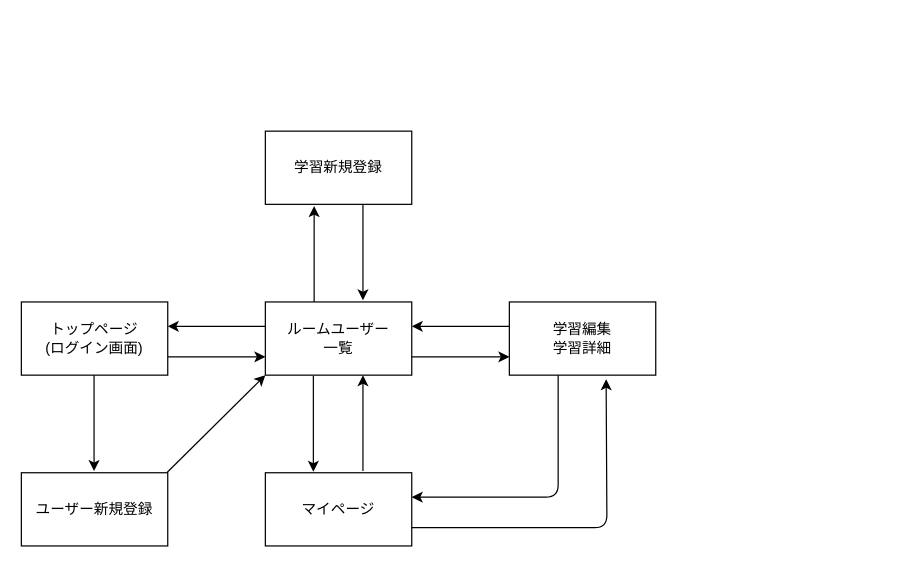
Before: 画面遷移図.dio in Kota-A-179/study_room, a draw.io diagram. Source tidied: cells renumbered, new cells numbered last; positions are measured from the earlier drawing's top-left corner, leaving out a move shared by most shapes. Both pictures are drawn from the tidied source at 122%, with x=0, y=0 at pixel (21, 131).
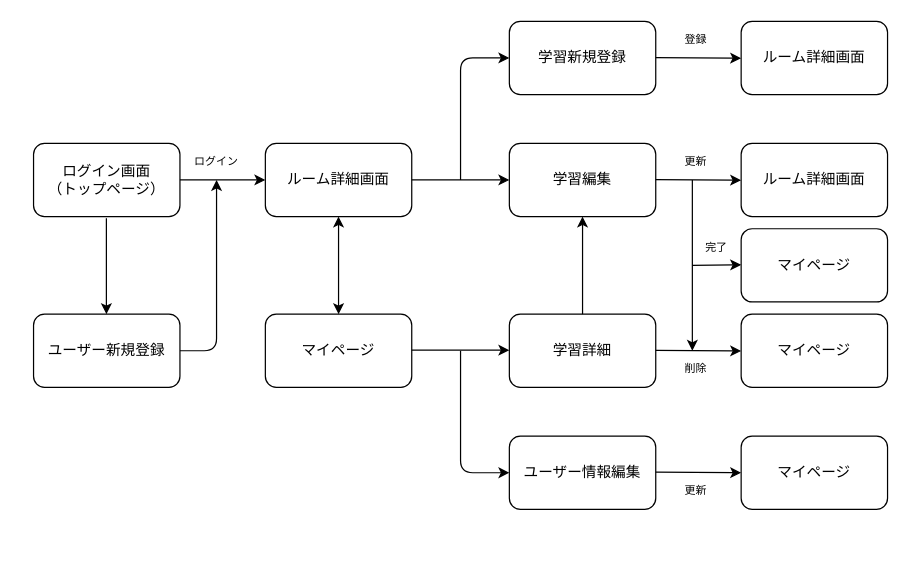
After the change.

Commit message:
画面遷移図の修正

What changed in the source:
```diff
@@
-    <mxCell id="2" value="トップページ&lt;br&gt;(ログイン画面)" style="rounded=0;whiteSpace=wrap;html=1;" parent="1" vertex="1">
-      <mxGeometry y="140" width="120" height="60" as="geometry" />
+    <mxCell id="2" value="ログイン画面&lt;br&gt;（トップページ）" style="rounded=1;whiteSpace=wrap;html=1;" parent="1" vertex="1">
+      <mxGeometry x="10" y="10" width="120" height="60" as="geometry" />
     </mxCell>
-    <mxCell id="3" value="ルームユーザー&lt;br&gt;一覧" style="rounded=0;whiteSpace=wrap;html=1;" parent="1" vertex="1">
-      <mxGeometry x="200" y="140" width="120" height="60" as="geometry" />
+    <mxCell id="3" value="ルーム詳細画面" style="rounded=1;whiteSpace=wrap;html=1;" parent="1" vertex="1">
+      <mxGeometry x="200" y="10" width="120" height="60" as="geometry" />
     </mxCell>
-    <mxCell id="4" value="学習新規登録" style="rounded=0;whiteSpace=wrap;html=1;" parent="1" vertex="1">
-      <mxGeometry x="200" width="120" height="60" as="geometry" />
+    <mxCell id="4" value="学習新規登録" style="rounded=1;whiteSpace=wrap;html=1;" parent="1" vertex="1">
+      <mxGeometry x="400" y="-90" width="120" height="60" as="geometry" />
     </mxCell>
-    <mxCell id="5" value="学習編集&lt;br&gt;学習詳細" style="rounded=0;whiteSpace=wrap;html=1;" parent="1" vertex="1">
-      <mxGeometry x="400" y="140" width="120" height="60" as="geometry" />
+    <mxCell id="5" value="学習編集" style="rounded=1;whiteSpace=wrap;html=1;" parent="1" vertex="1">
+      <mxGeometry x="400" y="10" width="120" height="60" as="geometry" />
     </mxCell>
-    <mxCell id="6" value="マイページ" style="rounded=0;whiteSpace=wrap;html=1;" parent="1" vertex="1">
-      <mxGeometry x="200" y="280" width="120" height="60" as="geometry" />
+    <mxCell id="6" value="マイページ" style="rounded=1;whiteSpace=wrap;html=1;" parent="1" vertex="1">
+      <mxGeometry x="200" y="150" width="120" height="60" as="geometry" />
     </mxCell>
-    <mxCell id="7" style="endArrow=classic;html=1;strokeWidth=1;" parent="1" edge="1">
+    <mxCell id="7" style="endArrow=classic;html=1;strokeWidth=1;exitX=1;exitY=0.5;exitDx=0;exitDy=0;" parent="1" edge="1" source="17">
       <mxGeometry relative="1" as="geometry">
-        <mxPoint x="120" y="185" as="sourcePoint" />
-        <mxPoint x="200" y="185" as="targetPoint" />
+        <mxPoint x="160" y="40" as="targetPoint" />
+        <Array as="points">
+          <mxPoint x="160" y="180" />
+        </Array>
       </mxGeometry>
     </mxCell>
-    <mxCell id="8" style="endArrow=classic;html=1;strokeWidth=1;" parent="1" edge="1">
-      <mxGeometry relative="1" as="geometry">
-        <mxPoint x="320" y="185" as="sourcePoint" />
-        <mxPoint x="400" y="185" as="targetPoint" />
-      </mxGeometry>
-    </mxCell>
-    <mxCell id="9" style="endArrow=classic;html=1;strokeWidth=1;" parent="1" edge="1">
-      <mxGeometry relative="1" as="geometry">
-        <mxPoint x="200" y="160" as="sourcePoint" />
-        <mxPoint x="120" y="160" as="targetPoint" />
-      </mxGeometry>
-    </mxCell>
-    <mxCell id="10" style="endArrow=classic;html=1;strokeWidth=1;" parent="1" edge="1">
-      <mxGeometry relative="1" as="geometry">
-        <mxPoint x="400" y="160" as="sourcePoint" />
-        <mxPoint x="320" y="160" as="targetPoint" />
-      </mxGeometry>
-    </mxCell>
-    <mxCell id="11" style="endArrow=classic;html=1;strokeWidth=1;entryX=0.328;entryY=-0.013;entryDx=0;entryDy=0;entryPerimeter=0;exitX=0.328;exitY=1.01;exitDx=0;exitDy=0;exitPerimeter=0;" parent="1" edge="1" source="3" target="6">
-      <mxGeometry relative="1" as="geometry" />
-    </mxCell>
-    <mxCell id="12" style="endArrow=classic;html=1;strokeWidth=1;entryX=0.328;entryY=-0.013;entryDx=0;entryDy=0;entryPerimeter=0;exitX=0.328;exitY=1.01;exitDx=0;exitDy=0;exitPerimeter=0;" parent="1" edge="1">
-      <mxGeometry relative="1" as="geometry">
-        <mxPoint x="280" y="60" as="sourcePoint" />
-        <mxPoint x="280" y="138.6" as="targetPoint" />
-      </mxGeometry>
-    </mxCell>
-    <mxCell id="13" style="endArrow=classic;html=1;strokeWidth=1;entryX=0.328;entryY=-0.013;entryDx=0;entryDy=0;entryPerimeter=0;exitX=0.328;exitY=1.01;exitDx=0;exitDy=0;exitPerimeter=0;" parent="1" edge="1">
-      <mxGeometry relative="1" as="geometry">
-        <mxPoint x="280" y="278.6" as="sourcePoint" />
-        <mxPoint x="280" y="200" as="targetPoint" />
-      </mxGeometry>
-    </mxCell>
-    <mxCell id="14" style="endArrow=classic;html=1;strokeWidth=1;entryX=0.328;entryY=-0.013;entryDx=0;entryDy=0;entryPerimeter=0;exitX=0.328;exitY=1.01;exitDx=0;exitDy=0;exitPerimeter=0;" parent="1" edge="1">
-      <mxGeometry relative="1" as="geometry">
-        <mxPoint x="240" y="140" as="sourcePoint" />
-        <mxPoint x="240" y="61.4" as="targetPoint" />
-      </mxGeometry>
-    </mxCell>
-    <mxCell id="15" style="endArrow=classic;html=1;strokeWidth=1;entryX=1;entryY=0.333;entryDx=0;entryDy=0;entryPerimeter=0;exitX=0.328;exitY=1.01;exitDx=0;exitDy=0;exitPerimeter=0;" parent="1" edge="1" target="6">
-      <mxGeometry relative="1" as="geometry">
-        <mxPoint x="440" y="200" as="sourcePoint" />
-        <Array as="points">
-          <mxPoint x="440" y="300" />
-        </Array>
-      </mxGeometry>
-    </mxCell>
-    <mxCell id="16" style="endArrow=classic;html=1;strokeWidth=1;entryX=0.661;entryY=1.056;entryDx=0;entryDy=0;entryPerimeter=0;exitX=0.328;exitY=1.01;exitDx=0;exitDy=0;exitPerimeter=0;" parent="1" edge="1" target="5">
-      <mxGeometry relative="1" as="geometry">
-        <mxPoint x="320" y="325" as="sourcePoint" />
-        <Array as="points">
-          <mxPoint x="480" y="325" />
-        </Array>
-      </mxGeometry>
-    </mxCell>
-    <mxCell id="17" value="ユーザー新規登録" style="rounded=0;whiteSpace=wrap;html=1;" parent="1" vertex="1">
-      <mxGeometry y="280" width="120" height="60" as="geometry" />
+    <mxCell id="17" value="ユーザー新規登録" style="rounded=1;whiteSpace=wrap;html=1;" parent="1" vertex="1">
+      <mxGeometry x="10" y="150" width="120" height="60" as="geometry" />
     </mxCell>
     <mxCell id="18" style="endArrow=classic;html=1;strokeWidth=1;entryX=0.328;entryY=-0.013;entryDx=0;entryDy=0;entryPerimeter=0;exitX=0.328;exitY=1.01;exitDx=0;exitDy=0;exitPerimeter=0;" parent="1" edge="1">
       <mxGeometry relative="1" as="geometry">
-        <mxPoint x="59.6" y="200" as="sourcePoint" />
-        <mxPoint x="59.6" y="278.6" as="targetPoint" />
+        <mxPoint x="69.7" y="71.4" as="sourcePoint" />
+        <mxPoint x="69.7" y="150" as="targetPoint" />
       </mxGeometry>
     </mxCell>
-    <mxCell id="19" style="endArrow=classic;html=1;strokeWidth=1;entryX=0;entryY=1;entryDx=0;entryDy=0;exitX=0.328;exitY=1.01;exitDx=0;exitDy=0;exitPerimeter=0;" parent="1" edge="1" target="3">
-      <mxGeometry relative="1" as="geometry">
-        <mxPoint x="119.2" y="280" as="sourcePoint" />
-      </mxGeometry>
+    <mxCell id="19" style="endArrow=classic;html=1;strokeWidth=1;entryX=0;entryY=0.5;entryDx=0;entryDy=0;exitX=1;exitY=0.5;exitDx=0;exitDy=0;" parent="1" edge="1" source="2" target="3">
+      <mxGeometry relative="1" as="geometry" />
     </mxCell>
+    <mxCell id="20" style="endArrow=classic;startArrow=classic;html=1;entryX=0.5;entryY=1;entryDx=0;entryDy=0;exitX=0.5;exitY=0;exitDx=0;exitDy=0;" parent="1" edge="1" source="6" target="3">
+      <mxGeometry relative="1" as="geometry" />
+    </mxCell>
+    <mxCell id="21" value="学習詳細" style="rounded=1;whiteSpace=wrap;html=1;" parent="1" vertex="1">
+      <mxGeometry x="400" y="150" width="120" height="60" as="geometry" />
+    </mxCell>
+    <mxCell id="22" value="ユーザー情報編集" style="rounded=1;whiteSpace=wrap;html=1;" parent="1" vertex="1">
+      <mxGeometry x="400" y="250" width="120" height="60" as="geometry" />
+    </mxCell>
+    <mxCell id="23" value="ルーム詳細画面" style="rounded=1;whiteSpace=wrap;html=1;" parent="1" vertex="1">
+      <mxGeometry x="590" y="-90" width="120" height="60" as="geometry" />
+    </mxCell>
+    <mxCell id="24" value="ルーム詳細画面" style="rounded=1;whiteSpace=wrap;html=1;" parent="1" vertex="1">
+      <mxGeometry x="590" y="10" width="120" height="60" as="geometry" />
+    </mxCell>
+    <mxCell id="25" value="マイページ" style="rounded=1;whiteSpace=wrap;html=1;" parent="1" vertex="1">
+      <mxGeometry x="590" y="150" width="120" height="60" as="geometry" />
+    </mxCell>
+    <mxCell id="26" value="マイページ" style="rounded=1;whiteSpace=wrap;html=1;" parent="1" vertex="1">
+      <mxGeometry x="590" y="250" width="120" height="60" as="geometry" />
+    </mxCell>
+    <mxCell id="27" style="endArrow=classic;html=1;entryX=0;entryY=0.5;entryDx=0;entryDy=0;exitX=1;exitY=0.5;exitDx=0;exitDy=0;" parent="1" edge="1" source="3" target="5">
+      <mxGeometry relative="1" as="geometry" />
+    </mxCell>
+    <mxCell id="28" style="endArrow=classic;html=1;entryX=0;entryY=0.5;entryDx=0;entryDy=0;" parent="1" edge="1" target="4">
+      <mxGeometry relative="1" as="geometry">
+        <mxPoint x="360" y="40" as="sourcePoint" />
+        <Array as="points">
+          <mxPoint x="360" y="-60" />
+        </Array>
+      </mxGeometry>
+    </mxCell>
+    <mxCell id="29" style="endArrow=classic;html=1;entryX=0;entryY=0.5;entryDx=0;entryDy=0;exitX=1;exitY=0.5;exitDx=0;exitDy=0;" parent="1" edge="1">
+      <mxGeometry relative="1" as="geometry">
+        <mxPoint x="320" y="179.5" as="sourcePoint" />
+        <mxPoint x="400" y="179.5" as="targetPoint" />
+      </mxGeometry>
+    </mxCell>
+    <mxCell id="30" style="endArrow=classic;html=1;entryX=0;entryY=0.5;entryDx=0;entryDy=0;" parent="1" edge="1" target="22">
+      <mxGeometry relative="1" as="geometry">
+        <mxPoint x="360" y="180" as="sourcePoint" />
+        <Array as="points">
+          <mxPoint x="360" y="280" />
+        </Array>
+      </mxGeometry>
+    </mxCell>
+    <mxCell id="31" style="endArrow=classic;html=1;entryX=0.5;entryY=1;entryDx=0;entryDy=0;exitX=0.5;exitY=0;exitDx=0;exitDy=0;" parent="1" edge="1" source="21" target="5">
+      <mxGeometry relative="1" as="geometry" />
+    </mxCell>
+    <mxCell id="32" style="endArrow=classic;html=1;exitX=1;exitY=0.5;exitDx=0;exitDy=0;entryX=0;entryY=0.5;entryDx=0;entryDy=0;" parent="1" edge="1" target="26">
+      <mxGeometry relative="1" as="geometry">
+        <mxPoint x="520" y="279.5" as="sourcePoint" />
+      </mxGeometry>
+    </mxCell>
+    <mxCell id="33" style="endArrow=classic;html=1;exitX=1;exitY=0.5;exitDx=0;exitDy=0;entryX=0;entryY=0.5;entryDx=0;entryDy=0;" parent="1" edge="1">
+      <mxGeometry relative="1" as="geometry">
+        <mxPoint x="520" y="179.7" as="sourcePoint" />
+        <mxPoint x="590" y="180.2" as="targetPoint" />
+      </mxGeometry>
+    </mxCell>
+    <mxCell id="34" style="endArrow=classic;html=1;exitX=1;exitY=0.5;exitDx=0;exitDy=0;entryX=0;entryY=0.5;entryDx=0;entryDy=0;" parent="1" edge="1">
+      <mxGeometry relative="1" as="geometry">
+        <mxPoint x="520" y="39.7" as="sourcePoint" />
+        <mxPoint x="590" y="40.2" as="targetPoint" />
+      </mxGeometry>
+    </mxCell>
+    <mxCell id="35" style="endArrow=classic;html=1;exitX=1;exitY=0.5;exitDx=0;exitDy=0;entryX=0;entryY=0.5;entryDx=0;entryDy=0;" parent="1" edge="1">
+      <mxGeometry relative="1" as="geometry">
+        <mxPoint x="520" y="-60.3" as="sourcePoint" />
+        <mxPoint x="590" y="-59.8" as="targetPoint" />
+      </mxGeometry>
+    </mxCell>
+    <mxCell id="36" style="endArrow=classic;html=1;" parent="1" edge="1">
+      <mxGeometry relative="1" as="geometry">
+        <mxPoint x="550" y="40" as="sourcePoint" />
+        <mxPoint x="550" y="180" as="targetPoint" />
+      </mxGeometry>
+    </mxCell>
+    <mxCell id="37" value="ログイン" style="text;html=1;strokeColor=none;fillColor=none;align=center;verticalAlign=middle;whiteSpace=wrap;rounded=0;fontSize=9;" parent="1" vertex="1">
+      <mxGeometry x="130" y="10" width="60" height="30" as="geometry" />
+    </mxCell>
+    <mxCell id="38" value="登録" style="text;html=1;strokeColor=none;fillColor=none;align=center;verticalAlign=middle;whiteSpace=wrap;rounded=0;fontSize=9;" parent="1" vertex="1">
+      <mxGeometry x="523" y="-90" width="60" height="30" as="geometry" />
+    </mxCell>
+    <mxCell id="39" value="更新" style="text;html=1;strokeColor=none;fillColor=none;align=center;verticalAlign=middle;whiteSpace=wrap;rounded=0;fontSize=9;" parent="1" vertex="1">
+      <mxGeometry x="523" y="10" width="60" height="30" as="geometry" />
+    </mxCell>
+    <mxCell id="40" value="完了" style="text;html=1;strokeColor=none;fillColor=none;align=center;verticalAlign=middle;whiteSpace=wrap;rounded=0;fontSize=9;" parent="1" vertex="1">
+      <mxGeometry x="540" y="81" width="60" height="30" as="geometry" />
+    </mxCell>
+    <mxCell id="41" value="削除" style="text;html=1;strokeColor=none;fillColor=none;align=center;verticalAlign=middle;whiteSpace=wrap;rounded=0;fontSize=9;" parent="1" vertex="1">
+      <mxGeometry x="523" y="180" width="60" height="30" as="geometry" />
+    </mxCell>
+    <mxCell id="42" value="更新" style="text;html=1;strokeColor=none;fillColor=none;align=center;verticalAlign=middle;whiteSpace=wrap;rounded=0;fontSize=9;" parent="1" vertex="1">
+      <mxGeometry x="523" y="280" width="60" height="30" as="geometry" />
+    </mxCell>
+    <mxCell id="43" value="マイページ" style="rounded=1;whiteSpace=wrap;html=1;" parent="1" vertex="1">
+      <mxGeometry x="590" y="80" width="120" height="60" as="geometry" />
+    </mxCell>
+    <mxCell id="44" style="endArrow=classic;html=1;entryX=0;entryY=0.5;entryDx=0;entryDy=0;" parent="1" edge="1">
+      <mxGeometry relative="1" as="geometry">
+        <mxPoint x="550" y="110" as="sourcePoint" />
+        <mxPoint x="590" y="109.6" as="targetPoint" />
+      </mxGeometry>
+    </mxCell>
```
